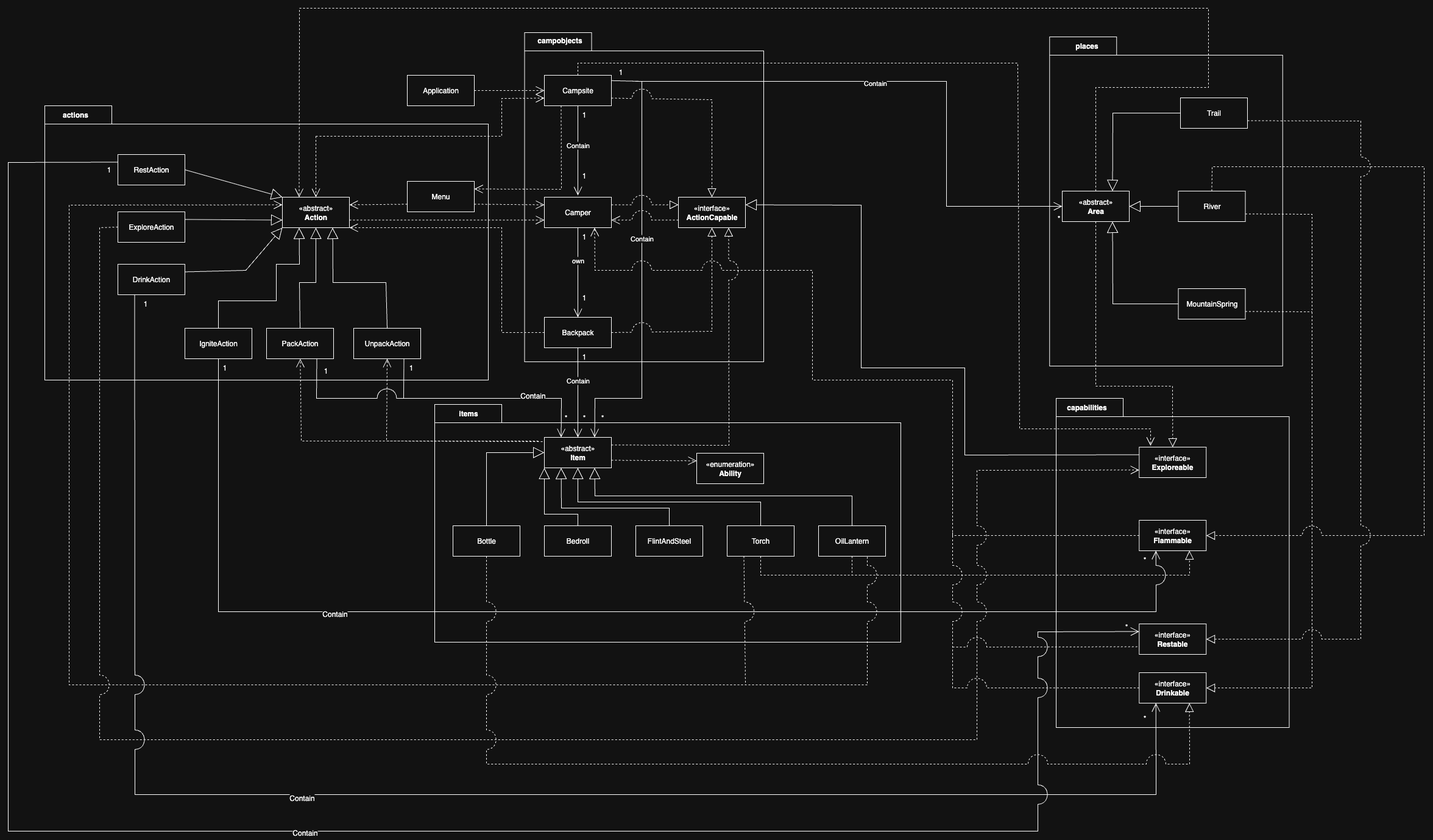
Before: docs/w5-uml.png, a diagram exported from draw.io (Fanka2005/Bootcamp_OOP_Camper). Source tidied: cells renumbered, new cells last; positions are measured from the earlier drawing's top-left corner, leaving out a move shared by most shapes.
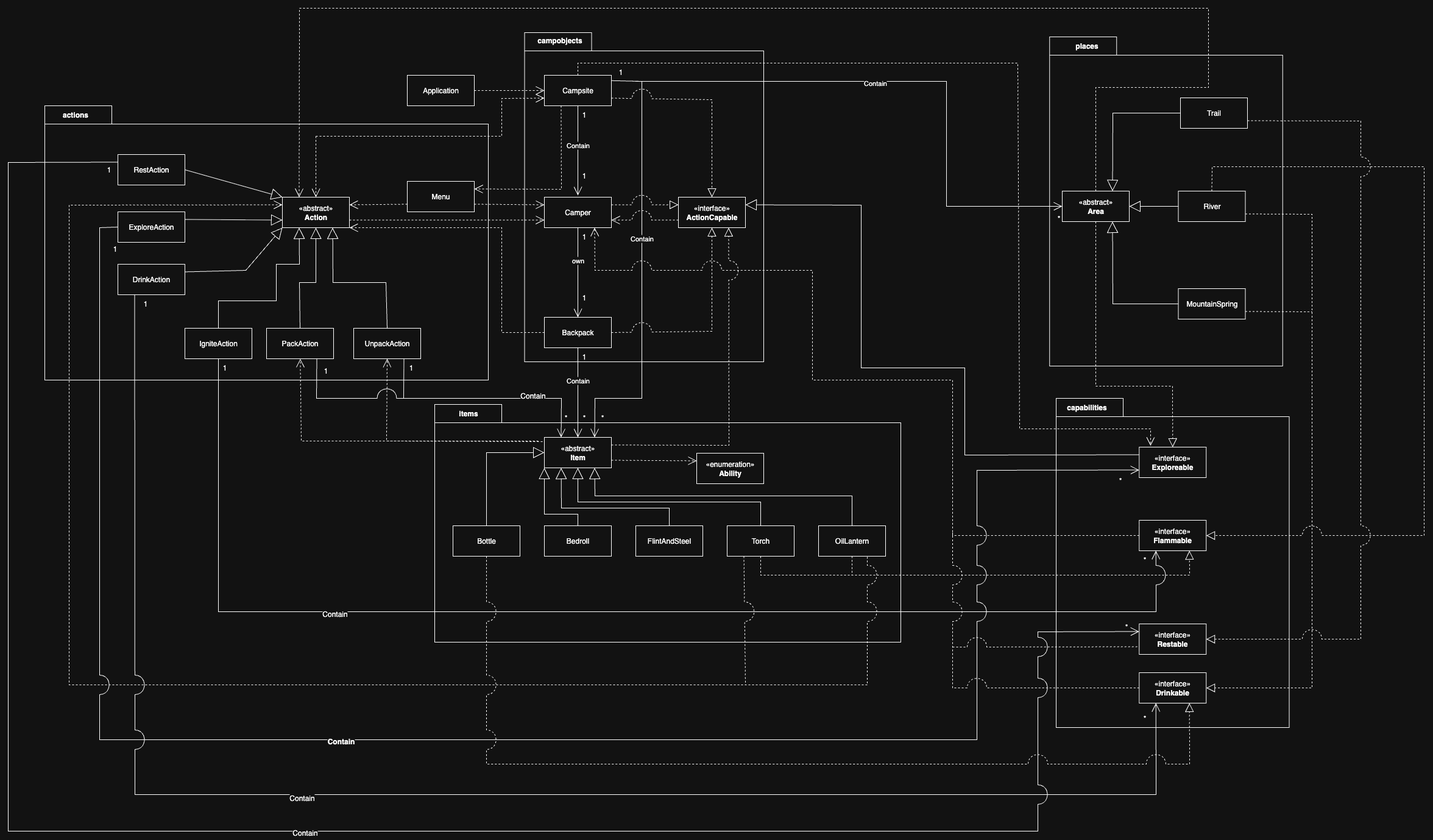
After the commit.

Commit message:
(Week 5) Change dependecy line in UML Diagram

- Change the dependency line from ExploreAction to Explorable to association line.

The edit, as a diff of the source:
```diff
@@ -412,7 +412,7 @@
     <mxCell id="89" style="endArrow=block;endSize=16;endFill=0;html=1;rounded=0;fontFamily=Helvetica;fontSize=12;fontColor=default;fontStyle=1;entryX=0;entryY=0.75;entryDx=0;entryDy=0;exitX=1;exitY=0.25;exitDx=0;exitDy=0;" parent="1" edge="1" source="88" target="35">
       <mxGeometry relative="1" as="geometry" />
     </mxCell>
-    <mxCell id="90" style="endArrow=open;endSize=12;dashed=1;html=1;rounded=0;fontFamily=Helvetica;fontSize=12;fontColor=default;fontStyle=1;exitX=0;exitY=0.5;exitDx=0;exitDy=0;startArrow=none;startFill=0;entryX=0;entryY=0.75;entryDx=0;entryDy=0;jumpStyle=arc;jumpSize=32;" parent="1" edge="1" source="88" target="82">
+    <mxCell id="90" style="endArrow=open;endSize=12;html=1;rounded=0;fontFamily=Helvetica;fontSize=12;fontColor=default;fontStyle=1;exitX=0;exitY=0.5;exitDx=0;exitDy=0;startArrow=none;startFill=0;entryX=0;entryY=0.75;entryDx=0;entryDy=0;jumpStyle=arc;jumpSize=32;" parent="1" edge="1" source="88" target="82">
       <mxGeometry relative="1" as="geometry">
         <Array as="points">
           <mxPoint x="150" y="360" />
@@ -422,6 +422,9 @@
         </Array>
       </mxGeometry>
     </mxCell>
+    <mxCell id="127" value="Contain" style="edgeLabel;html=1;align=center;verticalAlign=middle;strokeColor=default;spacingTop=10;fontFamily=Helvetica;fontSize=12;fontColor=default;fontStyle=1;fillColor=default;" parent="90" vertex="1">
+      <mxGeometry x="-0.16" y="3" relative="1" as="geometry" />
+    </mxCell>
     <mxCell id="91" style="endArrow=open;endSize=12;dashed=1;html=1;rounded=0;fontFamily=Helvetica;fontSize=12;fontColor=default;fontStyle=1;entryX=0.25;entryY=0;entryDx=0;entryDy=0;exitX=0.5;exitY=0;exitDx=0;exitDy=0;" parent="1" edge="1" source="114" target="35">
       <mxGeometry relative="1" as="geometry">
         <Array as="points">
@@ -619,5 +622,11 @@
     <mxCell id="126" value="*" style="text;html=1;align=center;verticalAlign=middle;strokeColor=none;fillColor=none;" parent="1" vertex="1">
       <mxGeometry x="1820" y="1000" width="30" height="30" as="geometry" />
     </mxCell>
+    <mxCell id="128" value="1" style="text;html=1;align=center;verticalAlign=middle;strokeColor=none;fillColor=none;" parent="1" vertex="1">
+      <mxGeometry x="160" y="380" width="30" height="30" as="geometry" />
+    </mxCell>
+    <mxCell id="129" value="*" style="text;html=1;align=center;verticalAlign=middle;strokeColor=none;fillColor=none;" parent="1" vertex="1">
+      <mxGeometry x="1810" y="760" width="30" height="30" as="geometry" />
+    </mxCell>
   </root>
 </mxGraphModel>
```
